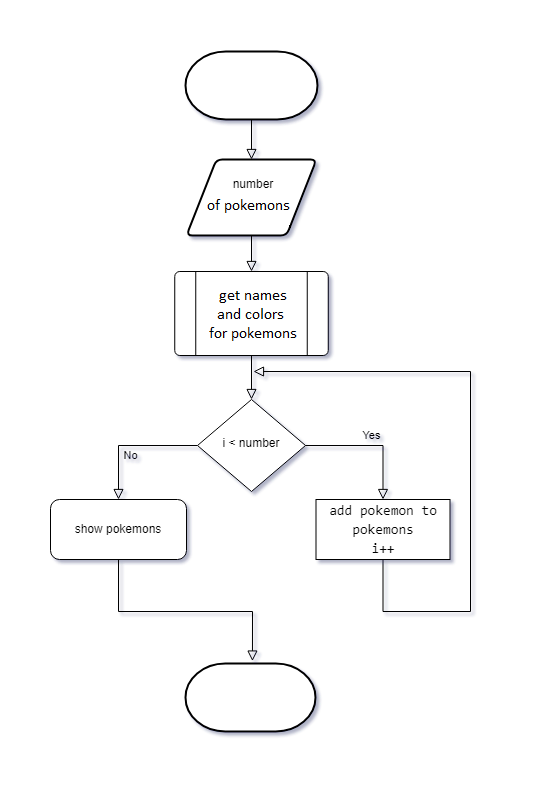
Adagaki6809/cdg-practice keeps this draw.io diagram as homework_2/task2.drawio.png. Above is the earlier version. Source tidied: cells renumbered, new cells last; positions are measured from the earlier drawing's top-left corner, leaving out a move shared by most shapes.
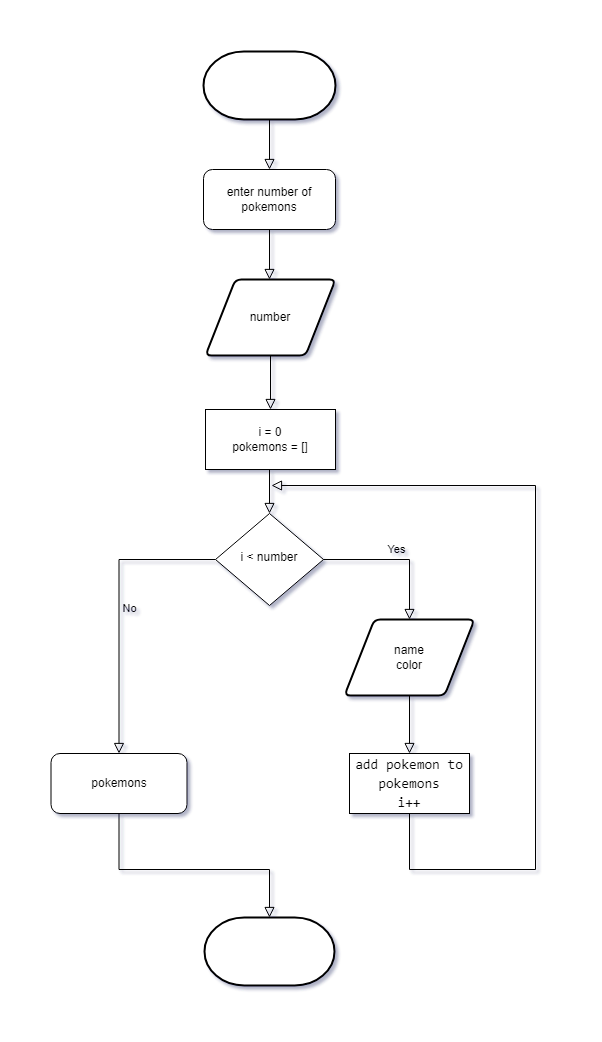
After the commit.

What changed in the source:
```diff
@@ -2,61 +2,78 @@
   <root>
     <mxCell id="0" />
     <mxCell id="1" parent="0" />
-    <mxCell id="2" style="rounded=0;html=1;jettySize=auto;fontSize=11;endArrow=block;endFill=0;endSize=8;strokeWidth=1;shadow=0;labelBackgroundColor=none;edgeStyle=orthogonalEdgeStyle;exitX=0.5;exitY=1;exitDx=0;exitDy=0;exitPerimeter=0;entryX=0.5;entryY=0;entryDx=0;entryDy=0;" parent="1" edge="1" source="7" target="8">
-      <mxGeometry relative="1" as="geometry" />
-    </mxCell>
+    <mxCell id="16" style="rounded=0;html=1;jettySize=auto;fontSize=11;endArrow=block;endFill=0;endSize=8;strokeWidth=1;shadow=0;labelBackgroundColor=none;edgeStyle=orthogonalEdgeStyle;exitX=0.5;exitY=1;exitDx=0;exitDy=0;exitPerimeter=0;" parent="1" edge="1" source="7">
+      <mxGeometry relative="1" as="geometry">
+        <mxPoint x="201" y="118" as="targetPoint" />
+      </mxGeometry>
+    </mxCell>
-    <mxCell id="3" value="No" style="edgeStyle=orthogonalEdgeStyle;rounded=0;html=1;jettySize=auto;fontSize=11;endArrow=block;endFill=0;endSize=8;strokeWidth=1;shadow=0;labelBackgroundColor=none;entryX=0.5;entryY=0;entryDx=0;entryDy=0;" parent="1" edge="1" source="4" target="6">
+    <mxCell id="3" value="No" style="edgeStyle=orthogonalEdgeStyle;rounded=0;html=1;jettySize=auto;fontSize=11;endArrow=block;endFill=0;endSize=8;strokeWidth=1;shadow=0;labelBackgroundColor=none;entryX=0.5;entryY=0;entryDx=0;entryDy=0;" parent="1" edge="1" source="4" target="17">
       <mxGeometry y="10" relative="1" as="geometry" />
     </mxCell>
     <mxCell id="4" value="i &amp;lt; number" style="rhombus;whiteSpace=wrap;html=1;shadow=0;fontFamily=Helvetica;fontSize=12;align=center;strokeWidth=1;spacing=6;spacingTop=-4;" parent="1" vertex="1">
-      <mxGeometry x="147" y="348" width="108" height="92" as="geometry" />
+      <mxGeometry x="147" y="462" width="108" height="92" as="geometry" />
     </mxCell>
-    <mxCell id="5" value="Yes" style="edgeStyle=orthogonalEdgeStyle;rounded=0;html=1;jettySize=auto;fontSize=11;endArrow=block;endFill=0;endSize=8;strokeWidth=1;shadow=0;labelBackgroundColor=none;exitX=1;exitY=0.5;exitDx=0;exitDy=0;entryX=0.5;entryY=0;entryDx=0;entryDy=0;" parent="1" edge="1" source="4" target="12">
+    <mxCell id="5" value="Yes" style="edgeStyle=orthogonalEdgeStyle;rounded=0;html=1;jettySize=auto;fontSize=11;endArrow=block;endFill=0;endSize=8;strokeWidth=1;shadow=0;labelBackgroundColor=none;exitX=1;exitY=0.5;exitDx=0;exitDy=0;entryX=0.5;entryY=0;entryDx=0;entryDy=0;" parent="1" edge="1" source="4" target="26">
       <mxGeometry y="10" relative="1" as="geometry" />
     </mxCell>
-    <mxCell id="6" value="show pokemons" style="rounded=1;whiteSpace=wrap;html=1;fontSize=12;glass=0;strokeWidth=1;shadow=0;" parent="1" vertex="1">
-      <mxGeometry y="448" width="136" height="60" as="geometry" />
-    </mxCell>
+    <mxCell id="17" value="pokemons" style="rounded=1;whiteSpace=wrap;html=1;fontSize=12;glass=0;strokeWidth=1;shadow=0;" parent="1" vertex="1">
+      <mxGeometry x="-17.5" y="702" width="136" height="60" as="geometry" />
+    </mxCell>
     <mxCell id="7" style="strokeWidth=2;html=1;shape=mxgraph.flowchart.terminator;whiteSpace=wrap;" parent="1" vertex="1">
       <mxGeometry x="135" width="132" height="68" as="geometry" />
     </mxCell>
+    <mxCell id="18" style="rounded=0;html=1;jettySize=auto;fontSize=11;endArrow=block;endFill=0;endSize=8;strokeWidth=1;shadow=0;labelBackgroundColor=none;edgeStyle=orthogonalEdgeStyle;exitX=0.5;exitY=1;exitDx=0;exitDy=0;entryX=0.5;entryY=0;entryDx=0;entryDy=0;" parent="1" edge="1" source="8" target="24">
+      <mxGeometry relative="1" as="geometry" />
+    </mxCell>
+    <mxCell id="19" style="rounded=0;html=1;jettySize=auto;orthogonalLoop=1;fontSize=11;endArrow=block;endFill=0;endSize=8;strokeWidth=1;shadow=0;labelBackgroundColor=none;edgeStyle=orthogonalEdgeStyle;exitX=0.5;exitY=1;exitDx=0;exitDy=0;" parent="1" edge="1">
+      <mxGeometry relative="1" as="geometry">
+        <mxPoint x="201" y="418" as="sourcePoint" />
+        <mxPoint x="201" y="462" as="targetPoint" />
+      </mxGeometry>
+    </mxCell>
+    <mxCell id="12" value="&lt;div style=&quot;font-family: &amp;#34;consolas&amp;#34; , &amp;#34;courier new&amp;#34; , monospace ; font-size: 14px ; line-height: 19px&quot;&gt;&lt;span style=&quot;background-color: rgb(255 , 255 , 255)&quot;&gt;add pokemon to pokemons&lt;/span&gt;&lt;/div&gt;&lt;div style=&quot;font-family: &amp;#34;consolas&amp;#34; , &amp;#34;courier new&amp;#34; , monospace ; font-size: 14px ; line-height: 19px&quot;&gt;&lt;span style=&quot;background-color: rgb(255 , 255 , 255)&quot;&gt;i++&lt;/span&gt;&lt;/div&gt;" style="rounded=0;whiteSpace=wrap;html=1;" parent="1" vertex="1">
+      <mxGeometry x="281" y="702" width="120" height="60" as="geometry" />
+    </mxCell>
+    <mxCell id="20" style="rounded=0;html=1;jettySize=auto;fontSize=11;endArrow=block;endFill=0;endSize=8;strokeWidth=1;shadow=0;labelBackgroundColor=none;edgeStyle=orthogonalEdgeStyle;exitX=0.5;exitY=1;exitDx=0;exitDy=0;" parent="1" edge="1" source="12">
+      <mxGeometry relative="1" as="geometry">
+        <mxPoint x="203" y="434" as="targetPoint" />
+        <Array as="points">
+          <mxPoint x="341" y="818" />
+          <mxPoint x="467" y="818" />
+          <mxPoint x="467" y="434" />
+        </Array>
+      </mxGeometry>
+    </mxCell>
+    <mxCell id="21" style="strokeWidth=2;html=1;shape=mxgraph.flowchart.terminator;whiteSpace=wrap;" parent="1" vertex="1">
+      <mxGeometry x="136" y="866" width="130" height="68" as="geometry" />
+    </mxCell>
+    <mxCell id="22" style="rounded=0;html=1;jettySize=auto;fontSize=11;endArrow=block;endFill=0;endSize=8;strokeWidth=1;shadow=0;labelBackgroundColor=none;edgeStyle=orthogonalEdgeStyle;exitX=0.5;exitY=1;exitDx=0;exitDy=0;" parent="1" edge="1" source="17" target="21">
+      <mxGeometry relative="1" as="geometry">
+        <Array as="points">
+          <mxPoint x="50" y="818" />
+          <mxPoint x="201" y="818" />
+        </Array>
+      </mxGeometry>
+    </mxCell>
+    <mxCell id="23" value="&lt;span&gt;enter number of pokemons&lt;/span&gt;" style="rounded=1;whiteSpace=wrap;html=1;" parent="1" vertex="1">
+      <mxGeometry x="135" y="118" width="132" height="60" as="geometry" />
+    </mxCell>
+    <mxCell id="24" value="i = 0&lt;br&gt;pokemons = []" style="rounded=0;whiteSpace=wrap;html=1;" parent="1" vertex="1">
+      <mxGeometry x="137" y="358" width="130" height="60" as="geometry" />
+    </mxCell>
+    <mxCell id="25" style="rounded=0;html=1;jettySize=auto;fontSize=11;endArrow=block;endFill=0;endSize=8;strokeWidth=1;shadow=0;labelBackgroundColor=none;edgeStyle=orthogonalEdgeStyle;exitX=0.5;exitY=1;exitDx=0;exitDy=0;" parent="1" edge="1" source="23">
+      <mxGeometry relative="1" as="geometry">
+        <mxPoint x="201" y="228" as="targetPoint" />
+      </mxGeometry>
+    </mxCell>
     <mxCell id="8" value="number" style="shape=parallelogram;html=1;strokeWidth=2;perimeter=parallelogramPerimeter;whiteSpace=wrap;rounded=1;arcSize=12;size=0.23;" parent="1" vertex="1">
-      <mxGeometry x="136" y="108" width="130" height="76" as="geometry" />
+      <mxGeometry x="137" y="228" width="130" height="76" as="geometry" />
     </mxCell>
-    <mxCell id="9" style="verticalLabelPosition=bottom;verticalAlign=top;html=1;shape=process;whiteSpace=wrap;rounded=1;size=0.14;arcSize=6;" parent="1" vertex="1">
-      <mxGeometry x="124.2" y="220" width="153.5" height="84" as="geometry" />
-    </mxCell>
-    <mxCell id="10" style="rounded=0;html=1;jettySize=auto;fontSize=11;endArrow=block;endFill=0;endSize=8;strokeWidth=1;shadow=0;labelBackgroundColor=none;edgeStyle=orthogonalEdgeStyle;exitX=0.5;exitY=1;exitDx=0;exitDy=0;entryX=0.5;entryY=0;entryDx=0;entryDy=0;" parent="1" edge="1" source="8" target="9">
-      <mxGeometry relative="1" as="geometry" />
-    </mxCell>
-    <mxCell id="11" style="rounded=0;html=1;jettySize=auto;fontSize=11;endArrow=block;endFill=0;endSize=8;strokeWidth=1;shadow=0;labelBackgroundColor=none;edgeStyle=orthogonalEdgeStyle;exitX=0.5;exitY=1;exitDx=0;exitDy=0;" parent="1" edge="1" source="9">
-      <mxGeometry relative="1" as="geometry">
-        <mxPoint x="201" y="348" as="targetPoint" />
-      </mxGeometry>
-    </mxCell>
-    <mxCell id="12" value="&lt;div style=&quot;font-family: &amp;#34;consolas&amp;#34; , &amp;#34;courier new&amp;#34; , monospace ; font-size: 14px ; line-height: 19px&quot;&gt;&lt;span style=&quot;background-color: rgb(255 , 255 , 255)&quot;&gt;add pokemon to pokemons&lt;/span&gt;&lt;/div&gt;&lt;div style=&quot;font-family: &amp;#34;consolas&amp;#34; , &amp;#34;courier new&amp;#34; , monospace ; font-size: 14px ; line-height: 19px&quot;&gt;&lt;span style=&quot;background-color: rgb(255 , 255 , 255)&quot;&gt;i++&lt;/span&gt;&lt;/div&gt;" style="rounded=0;whiteSpace=wrap;html=1;" parent="1" vertex="1">
-      <mxGeometry x="265.5" y="448" width="134" height="60" as="geometry" />
-    </mxCell>
-    <mxCell id="13" style="rounded=0;html=1;jettySize=auto;fontSize=11;endArrow=block;endFill=0;endSize=8;strokeWidth=1;shadow=0;labelBackgroundColor=none;edgeStyle=orthogonalEdgeStyle;exitX=0.5;exitY=1;exitDx=0;exitDy=0;" parent="1" edge="1" source="12">
-      <mxGeometry relative="1" as="geometry">
-        <mxPoint x="203" y="320" as="targetPoint" />
-        <Array as="points">
-          <mxPoint x="333" y="560" />
-          <mxPoint x="420" y="560" />
-          <mxPoint x="420" y="320" />
-        </Array>
-      </mxGeometry>
-    </mxCell>
-    <mxCell id="14" style="strokeWidth=2;html=1;shape=mxgraph.flowchart.terminator;whiteSpace=wrap;" parent="1" vertex="1">
-      <mxGeometry x="135" y="612" width="130" height="68" as="geometry" />
-    </mxCell>
-    <mxCell id="15" style="rounded=0;html=1;jettySize=auto;fontSize=11;endArrow=block;endFill=0;endSize=8;strokeWidth=1;shadow=0;labelBackgroundColor=none;edgeStyle=orthogonalEdgeStyle;exitX=0.5;exitY=1;exitDx=0;exitDy=0;entryX=0.515;entryY=-0.036;entryDx=0;entryDy=0;entryPerimeter=0;" parent="1" edge="1" source="6" target="14">
-      <mxGeometry relative="1" as="geometry">
-        <Array as="points">
-          <mxPoint x="68" y="560" />
-          <mxPoint x="202" y="560" />
-        </Array>
-      </mxGeometry>
-    </mxCell>
+    <mxCell id="26" value="name&lt;br&gt;color" style="shape=parallelogram;html=1;strokeWidth=2;perimeter=parallelogramPerimeter;whiteSpace=wrap;rounded=1;arcSize=12;size=0.23;" parent="1" vertex="1">
+      <mxGeometry x="276" y="568" width="130" height="76" as="geometry" />
+    </mxCell>
+    <mxCell id="27" style="rounded=0;html=1;jettySize=auto;fontSize=11;endArrow=block;endFill=0;endSize=8;strokeWidth=1;shadow=0;labelBackgroundColor=none;edgeStyle=orthogonalEdgeStyle;exitX=0.5;exitY=1;exitDx=0;exitDy=0;entryX=0.5;entryY=0;entryDx=0;entryDy=0;" parent="1" edge="1" source="26" target="12">
+      <mxGeometry relative="1" as="geometry" />
+    </mxCell>
   </root>
 </mxGraphModel>
```
